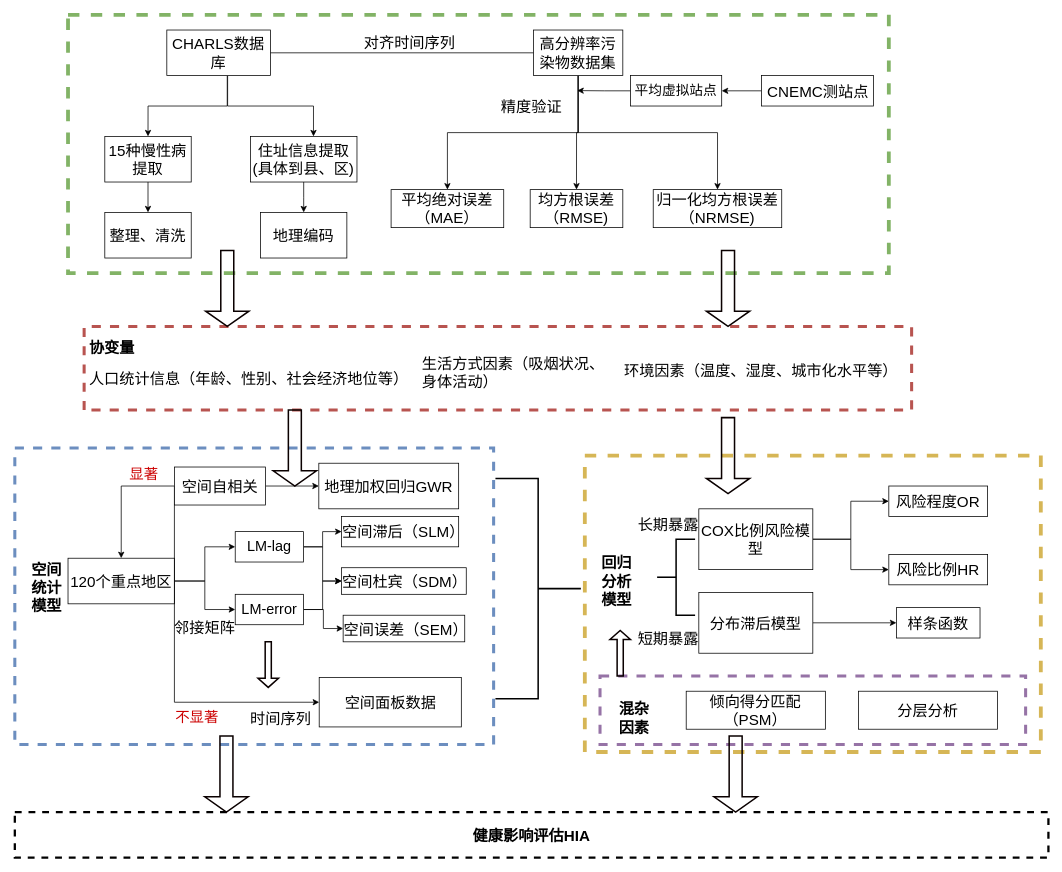
This is page "第 1 页" (1 of 2) of all/技术路线.drawio from 1059363121/iodraw-files, a draw.io file, before an edit. Source tidied: cells renumbered, new cells numbered last; positions are measured from the earlier drawing's top-left corner, leaving out a move shared by most shapes. Both pictures are drawn from the tidied source at 76%, with x=0, y=0 at pixel (14, -46).
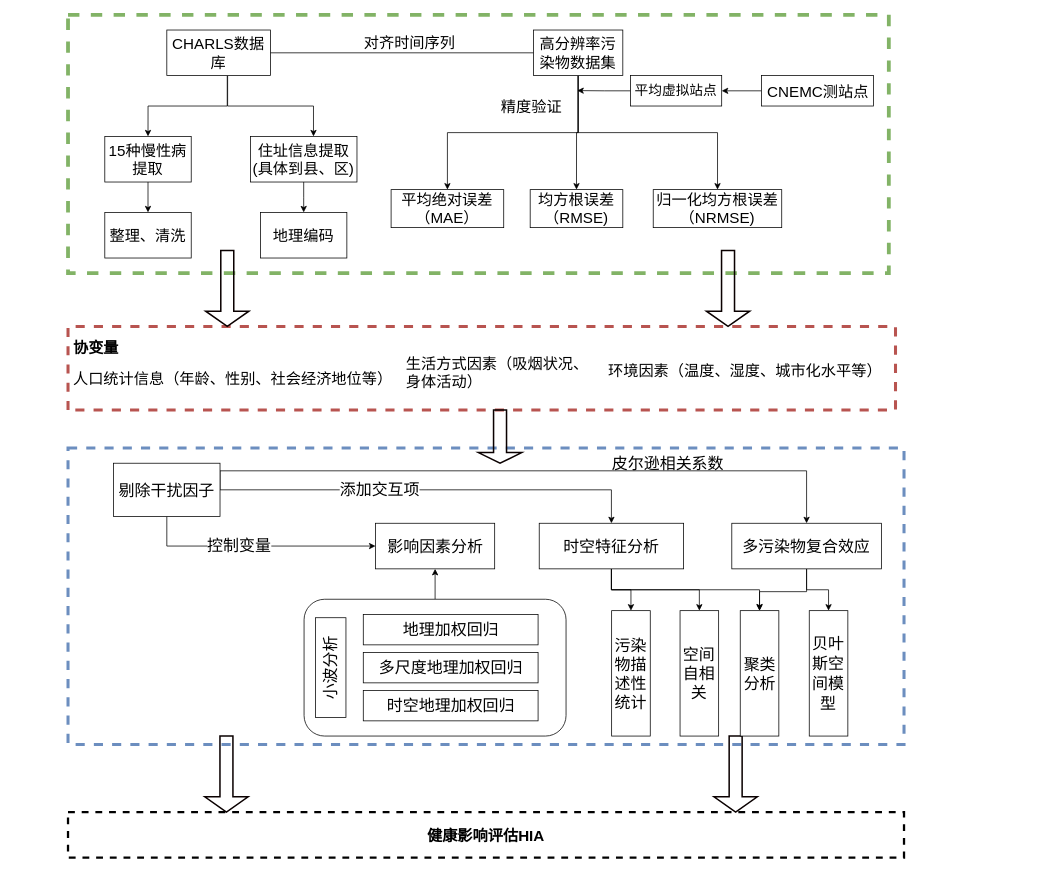
The same page after the edit.

Commit message:
更新技术路线.drawio

The edit, as a diff of the source:
```diff
@@
     <mxCell id="2" style="group;fillColor=none;fontSize=20;" parent="1" vertex="1">
-      <mxGeometry y="649" width="630" height="390" as="geometry" />
+      <mxGeometry x="70" y="649" width="1100" height="390" as="geometry" />
     </mxCell>
-    <mxCell id="3" style="rounded=0;whiteSpace=wrap;dashed=1;fillColor=none;strokeColor=#6c8ebf;fontSize=20;strokeWidth=4;" parent="2" vertex="1">
-      <mxGeometry width="630" height="390" as="geometry" />
+    <mxCell id="3" style="rounded=0;dashed=1;fillColor=none;strokeColor=#6c8ebf;fontSize=21;strokeWidth=4;textShadow=0;labelBorderColor=none;fontColor=default;" parent="2" vertex="1">
+      <mxGeometry width="1100" height="390" as="geometry" />
     </mxCell>
-    <mxCell id="4" value="地理加权回归GWR" style="whiteSpace=wrap;fontSize=20;" parent="2" vertex="1">
-      <mxGeometry x="400" y="20" width="184" height="60" as="geometry" />
-    </mxCell>
-    <mxCell id="5" value="空间误差（SEM）" style="whiteSpace=wrap;strokeColor=default;align=center;verticalAlign=middle;fontFamily=Helvetica;fontSize=20;fontColor=default;fillColor=default;" parent="2" vertex="1">
-      <mxGeometry x="432" y="220" width="160" height="35" as="geometry" />
-    </mxCell>
-    <mxCell id="6" value="空间面板数据" style="whiteSpace=wrap;fontSize=20;" parent="2" vertex="1">
-      <mxGeometry x="400.5" y="302" width="187" height="65" as="geometry" />
-    </mxCell>
-    <mxCell id="7" style="edgeStyle=orthogonalEdgeStyle;rounded=0;jettySize=auto;fontSize=20;" parent="2" edge="1" source="9" target="20">
-      <mxGeometry relative="1" as="geometry" />
-    </mxCell>
-    <mxCell id="8" style="edgeStyle=orthogonalEdgeStyle;rounded=0;jettySize=auto;exitX=1;exitY=0.5;exitDx=0;exitDy=0;entryX=0;entryY=0.5;entryDx=0;entryDy=0;fontSize=20;" parent="2" edge="1" source="9" target="23">
-      <mxGeometry relative="1" as="geometry" />
-    </mxCell>
-    <mxCell id="9" value="120个重点地区" style="whiteSpace=wrap;rounded=0;strokeColor=default;align=center;verticalAlign=middle;fontFamily=Helvetica;fontSize=20;fontColor=default;fillColor=default;" parent="2" vertex="1">
-      <mxGeometry x="70" y="145" width="140" height="60" as="geometry" />
-    </mxCell>
-    <mxCell id="10" value="邻接矩阵" style="text;align=center;verticalAlign=middle;strokeColor=none;fillColor=none;fontSize=20;" parent="2" vertex="1">
-      <mxGeometry x="200" y="215" width="100" height="40" as="geometry" />
-    </mxCell>
-    <mxCell id="11" value="空间滞后（SLM）" style="whiteSpace=wrap;fontSize=20;" parent="2" vertex="1">
-      <mxGeometry x="430" y="90" width="154" height="40" as="geometry" />
-    </mxCell>
-    <mxCell id="12" value="时间序列" style="text;align=center;verticalAlign=middle;strokeColor=none;fillColor=none;fontSize=20;" parent="2" vertex="1">
-      <mxGeometry x="300" y="335" width="100" height="40" as="geometry" />
-    </mxCell>
-    <mxCell id="13" value="空间统计模型" style="text;align=left;verticalAlign=middle;rounded=0;fontSize=20;whiteSpace=wrap;fontStyle=1;" parent="2" vertex="1">
-      <mxGeometry x="20" y="90" width="60" height="185" as="geometry" />
-    </mxCell>
-    <mxCell id="14" style="edgeStyle=orthogonalEdgeStyle;rounded=0;jettySize=auto;html=1;exitX=1;exitY=0.5;exitDx=0;exitDy=0;entryX=0;entryY=0.5;entryDx=0;entryDy=0;" parent="2" edge="1" source="17" target="4">
-      <mxGeometry relative="1" as="geometry" />
-    </mxCell>
-    <mxCell id="15" style="edgeStyle=orthogonalEdgeStyle;rounded=0;jettySize=auto;html=1;exitX=0;exitY=0.5;exitDx=0;exitDy=0;entryX=0.5;entryY=0;entryDx=0;entryDy=0;" parent="2" edge="1" source="17" target="9">
-      <mxGeometry relative="1" as="geometry" />
-    </mxCell>
-    <mxCell id="16" style="edgeStyle=orthogonalEdgeStyle;rounded=0;jettySize=auto;html=1;exitX=0;exitY=0.5;exitDx=0;exitDy=0;entryX=0;entryY=0.5;entryDx=0;entryDy=0;" parent="2" edge="1" source="17" target="6">
-      <mxGeometry relative="1" as="geometry">
-        <Array as="points">
-          <mxPoint x="210" y="335" />
-        </Array>
-      </mxGeometry>
-    </mxCell>
-    <mxCell id="17" value="&lt;font style=&quot;font-size: 20px;&quot;&gt;空间自相关&lt;/font&gt;" style="rounded=0;whiteSpace=wrap;html=1;" parent="2" vertex="1">
-      <mxGeometry x="210" y="25" width="120" height="50" as="geometry" />
-    </mxCell>
-    <mxCell id="18" style="edgeStyle=orthogonalEdgeStyle;rounded=0;jettySize=auto;html=1;exitX=1;exitY=0.5;exitDx=0;exitDy=0;" parent="2" edge="1" source="20" target="11">
-      <mxGeometry relative="1" as="geometry" />
-    </mxCell>
-    <mxCell id="19" style="edgeStyle=orthogonalEdgeStyle;rounded=0;jettySize=auto;html=1;exitX=1;exitY=0.5;exitDx=0;exitDy=0;entryX=0;entryY=0.5;entryDx=0;entryDy=0;" parent="2" edge="1" source="20" target="24">
-      <mxGeometry relative="1" as="geometry" />
-    </mxCell>
-    <mxCell id="20" value="&lt;font style=&quot;font-size: 19px;&quot;&gt;LM-lag&lt;/font&gt;" style="rounded=0;whiteSpace=wrap;html=1;" parent="2" vertex="1">
-      <mxGeometry x="290" y="110" width="90" height="40" as="geometry" />
-    </mxCell>
-    <mxCell id="21" style="edgeStyle=orthogonalEdgeStyle;rounded=0;jettySize=auto;html=1;exitX=1;exitY=0.5;exitDx=0;exitDy=0;" parent="2" edge="1" source="23" target="24">
-      <mxGeometry relative="1" as="geometry" />
-    </mxCell>
-    <mxCell id="22" style="edgeStyle=orthogonalEdgeStyle;rounded=0;jettySize=auto;html=1;exitX=1;exitY=0.5;exitDx=0;exitDy=0;" parent="2" edge="1" source="23" target="5">
-      <mxGeometry relative="1" as="geometry" />
-    </mxCell>
-    <mxCell id="23" value="&lt;font style=&quot;font-size: 19px;&quot;&gt;LM-error&lt;/font&gt;" style="rounded=0;whiteSpace=wrap;html=1;" parent="2" vertex="1">
-      <mxGeometry x="290" y="192.5" width="90" height="40" as="geometry" />
-    </mxCell>
-    <mxCell id="24" value="空间杜宾（SDM）" style="whiteSpace=wrap;fontSize=20;" parent="2" vertex="1">
-      <mxGeometry x="430" y="157.5" width="164" height="35" as="geometry" />
-    </mxCell>
-    <mxCell id="25" style="shape=singleArrow;direction=south;whiteSpace=wrap;fillColor=none;strokeColor=#0A0000;fontSize=20;rotation=0;strokeWidth=2;align=center;verticalAlign=middle;fontFamily=Helvetica;fontColor=default;" parent="2" vertex="1">
-      <mxGeometry x="320" y="255" width="26.9" height="60" as="geometry" />
-    </mxCell>
-    <mxCell id="26" value="&lt;font color=&quot;#cc0000&quot; style=&quot;font-size: 19px;&quot;&gt;显著&lt;/font&gt;" style="text;html=1;align=center;verticalAlign=middle;whiteSpace=wrap;rounded=0;" parent="2" vertex="1">
-      <mxGeometry x="140" y="20" width="60" height="30" as="geometry" />
-    </mxCell>
-    <mxCell id="27" value="&lt;font color=&quot;#cc0000&quot; style=&quot;font-size: 19px;&quot;&gt;不显著&lt;/font&gt;" style="text;html=1;align=center;verticalAlign=middle;whiteSpace=wrap;rounded=0;" parent="2" vertex="1">
-      <mxGeometry x="210" y="340" width="60" height="30" as="geometry" />
-    </mxCell>
     <mxCell id="28" style="group;dashed=1;fontSize=20;" parent="1" vertex="1">
-      <mxGeometry x="91.2" y="489" width="1090" height="110" as="geometry" />
+      <mxGeometry x="70" y="489" width="1090" height="110" as="geometry" />
     </mxCell>
@@
     <mxCell id="34" value="健康影响评估HIA" style="rounded=0;whiteSpace=wrap;fillColor=none;dashed=1;strokeWidth=3;fontSize=20;fontStyle=1;" parent="1" vertex="1">
-      <mxGeometry y="1128" width="1360" height="60" as="geometry" />
+      <mxGeometry x="70" y="1128" width="1100" height="60" as="geometry" />
     </mxCell>
-    <mxCell id="35" style="rounded=0;whiteSpace=wrap;fillColor=none;strokeColor=#d6b656;fontSize=20;strokeWidth=5;dashed=1;" parent="1" vertex="1">
-      <mxGeometry x="750" y="659" width="600" height="390" as="geometry" />
-    </mxCell>
-    <mxCell id="36" style="edgeStyle=orthogonalEdgeStyle;rounded=0;jettySize=auto;exitX=1;exitY=0.5;exitDx=0;exitDy=0;entryX=0;entryY=0.5;entryDx=0;entryDy=0;fontSize=20;" parent="1" edge="1" source="38" target="45">
-      <mxGeometry relative="1" as="geometry" />
-    </mxCell>
-    <mxCell id="37" style="edgeStyle=orthogonalEdgeStyle;rounded=0;jettySize=auto;exitX=1;exitY=0.5;exitDx=0;exitDy=0;fontSize=20;" parent="1" edge="1" source="38" target="47">
-      <mxGeometry relative="1" as="geometry" />
-    </mxCell>
-    <mxCell id="38" value="COX比例风险模型" style="whiteSpace=wrap;fontSize=20;" parent="1" vertex="1">
-      <mxGeometry x="900" y="729" width="150" height="80" as="geometry" />
-    </mxCell>
-    <mxCell id="39" style="edgeStyle=orthogonalEdgeStyle;rounded=0;jettySize=auto;exitX=1;exitY=0.5;exitDx=0;exitDy=0;entryX=0;entryY=0.5;entryDx=0;entryDy=0;fontSize=20;" parent="1" edge="1" source="40" target="46">
-      <mxGeometry relative="1" as="geometry" />
-    </mxCell>
-    <mxCell id="40" value="分布滞后模型" style="whiteSpace=wrap;fontSize=20;" parent="1" vertex="1">
-      <mxGeometry x="900" y="839" width="150" height="80" as="geometry" />
-    </mxCell>
-    <mxCell id="41" value="长期暴露" style="text;align=center;verticalAlign=middle;strokeColor=none;fillColor=none;fontSize=20;" parent="1" vertex="1">
-      <mxGeometry x="810" y="729" width="100" height="40" as="geometry" />
-    </mxCell>
-    <mxCell id="42" value="短期暴露" style="text;align=center;verticalAlign=middle;strokeColor=none;fillColor=none;fontSize=20;" parent="1" vertex="1">
-      <mxGeometry x="810" y="879" width="100" height="40" as="geometry" />
-    </mxCell>
-    <mxCell id="43" value="回归分析模型" style="text;align=left;verticalAlign=middle;whiteSpace=wrap;rounded=0;fontSize=20;fontStyle=1;" parent="1" vertex="1">
-      <mxGeometry x="770" y="639" width="60" height="370" as="geometry" />
-    </mxCell>
-    <mxCell id="44" style="strokeWidth=2;shape=mxgraph.flowchart.annotation_2;align=left;labelPosition=right;fontSize=20;" parent="1" vertex="1">
-      <mxGeometry x="845.1" y="769" width="50" height="100" as="geometry" />
-    </mxCell>
-    <mxCell id="45" value="风险程度OR" style="rounded=0;whiteSpace=wrap;fontSize=20;" parent="1" vertex="1">
-      <mxGeometry x="1150" y="699" width="130" height="40" as="geometry" />
-    </mxCell>
-    <mxCell id="46" value="样条函数" style="rounded=0;whiteSpace=wrap;fontSize=20;" parent="1" vertex="1">
-      <mxGeometry x="1160" y="859" width="110" height="40" as="geometry" />
-    </mxCell>
-    <mxCell id="47" value="风险比例HR" style="rounded=0;whiteSpace=wrap;fontSize=20;" parent="1" vertex="1">
-      <mxGeometry x="1150" y="789" width="130" height="40" as="geometry" />
-    </mxCell>
-    <mxCell id="48" style="rounded=0;whiteSpace=wrap;fillColor=none;dashed=1;strokeWidth=4;strokeColor=#9673a6;fontSize=20;" parent="1" vertex="1">
-      <mxGeometry x="770" y="949" width="560" height="90" as="geometry" />
-    </mxCell>
-    <mxCell id="49" value="倾向得分匹配（PSM）" style="whiteSpace=wrap;fontSize=20;" parent="1" vertex="1">
-      <mxGeometry x="883.4" y="969" width="183.1" height="50" as="geometry" />
-    </mxCell>
-    <mxCell id="50" value="分层分析" style="whiteSpace=wrap;fontSize=20;" parent="1" vertex="1">
-      <mxGeometry x="1110" y="969" width="183.1" height="50" as="geometry" />
-    </mxCell>
-    <mxCell id="51" value="混杂因素" style="text;align=center;verticalAlign=middle;whiteSpace=wrap;rounded=0;fontSize=20;fontStyle=1;" parent="1" vertex="1">
-      <mxGeometry x="790" y="989" width="50" height="30" as="geometry" />
-    </mxCell>
-    <mxCell id="52" style="shape=singleArrow;direction=south;whiteSpace=wrap;fillColor=none;strokeColor=#0A0000;fontSize=20;rotation=-180;strokeWidth=2;align=center;verticalAlign=middle;fontFamily=Helvetica;fontColor=default;" parent="1" vertex="1">
-      <mxGeometry x="783.1" y="889" width="26.9" height="60" as="geometry" />
-    </mxCell>
-    <mxCell id="53" style="shape=singleArrow;direction=south;whiteSpace=wrap;fillColor=none;strokeColor=#0A0000;fontSize=20;strokeWidth=2;align=center;verticalAlign=middle;fontFamily=Helvetica;fontColor=default;" parent="1" vertex="1">
-      <mxGeometry x="910" y="609" width="56.9" height="100" as="geometry" />
-    </mxCell>
-    <mxCell id="54" style="shape=singleArrow;direction=south;whiteSpace=wrap;fillColor=none;strokeColor=#0A0000;fontSize=20;strokeWidth=2;align=center;verticalAlign=middle;fontFamily=Helvetica;fontColor=default;" parent="1" vertex="1">
+    <mxCell id="54" style="shape=singleArrow;direction=south;whiteSpace=wrap;fillColor=none;strokeColor=#0A0000;fontSize=21;strokeWidth=2;align=center;verticalAlign=middle;fontFamily=Helvetica;fontColor=default;html=1;" parent="1" vertex="1">
       <mxGeometry x="920" y="1028" width="56.9" height="100" as="geometry" />
     </mxCell>
-    <mxCell id="55" style="shape=singleArrow;direction=south;whiteSpace=wrap;fillColor=none;strokeColor=#0A0000;fontSize=20;strokeWidth=2;align=center;verticalAlign=middle;fontFamily=Helvetica;fontColor=default;" parent="1" vertex="1">
+    <mxCell id="55" style="shape=singleArrow;direction=south;whiteSpace=wrap;fillColor=none;strokeColor=#0A0000;fontSize=21;strokeWidth=2;align=center;verticalAlign=middle;fontFamily=Helvetica;fontColor=default;html=1;" parent="1" vertex="1">
       <mxGeometry x="250" y="1028" width="56.9" height="100" as="geometry" />
     </mxCell>
@@
-    <mxCell id="80" style="edgeStyle=orthogonalEdgeStyle;rounded=0;orthogonalLoop=1;jettySize=auto;exitX=0.5;exitY=1;exitDx=0;exitDy=0;" parent="1" edge="1" source="47" target="47">
-      <mxGeometry relative="1" as="geometry" />
-    </mxCell>
@@
-    <mxCell id="83" style="shape=singleArrow;direction=south;whiteSpace=wrap;fillColor=none;strokeColor=#0A0000;fontSize=20;strokeWidth=2;" parent="1" vertex="1">
-      <mxGeometry x="340" y="599" width="56.9" height="100" as="geometry" />
+    <mxCell id="83" style="shape=singleArrow;direction=south;whiteSpace=wrap;fillColor=none;strokeColor=#0A0000;fontSize=21;strokeWidth=2;fontStyle=0;html=1;" parent="1" vertex="1">
+      <mxGeometry x="610" y="599" width="56.9" height="70" as="geometry" />
     </mxCell>
-    <mxCell id="84" style="strokeWidth=2;shape=mxgraph.flowchart.annotation_2;align=left;labelPosition=right;fontSize=20;rotation=-180;" parent="1" vertex="1">
-      <mxGeometry x="632.4" y="689" width="112.4" height="290" as="geometry" />
-    </mxCell>
+    <mxCell id="85" value="&lt;font style=&quot;font-size: 21px;&quot;&gt;影响因素分析&lt;/font&gt;" style="rounded=0;html=1;fontStyle=0;fontSize=21;whiteSpace=wrap;textShadow=0;labelBorderColor=none;fontColor=default;" parent="1" vertex="1">
+      <mxGeometry x="474.6" y="748" width="156.8" height="60" as="geometry" />
+    </mxCell>
+    <mxCell id="86" style="edgeStyle=orthogonalEdgeStyle;rounded=0;jettySize=auto;html=1;exitX=0.5;exitY=1;exitDx=0;exitDy=0;fontStyle=0;fontSize=21;textShadow=0;labelBorderColor=none;fontColor=default;" parent="1" edge="1" source="89" target="17">
+      <mxGeometry relative="1" as="geometry" />
+    </mxCell>
+    <mxCell id="87" style="edgeStyle=orthogonalEdgeStyle;rounded=0;jettySize=auto;html=1;entryX=0.5;entryY=0;entryDx=0;entryDy=0;fontStyle=0;fontSize=21;textShadow=0;labelBorderColor=none;fontColor=default;" parent="1" edge="1" source="89" target="99">
+      <mxGeometry relative="1" as="geometry" />
+    </mxCell>
+    <mxCell id="88" style="edgeStyle=orthogonalEdgeStyle;rounded=0;jettySize=auto;html=1;entryX=0.5;entryY=0;entryDx=0;entryDy=0;exitX=0.5;exitY=1;exitDx=0;exitDy=0;fontStyle=0;fontSize=21;textShadow=0;labelBorderColor=none;fontColor=default;" parent="1" edge="1" source="89" target="100">
+      <mxGeometry relative="1" as="geometry" />
+    </mxCell>
+    <mxCell id="89" value="&lt;font style=&quot;font-size: 21px;&quot;&gt;时空特征分析&lt;/font&gt;" style="rounded=0;html=1;fontStyle=0;fontSize=21;whiteSpace=wrap;textShadow=0;labelBorderColor=none;fontColor=default;" parent="1" vertex="1">
+      <mxGeometry x="690" y="748" width="190" height="60" as="geometry" />
+    </mxCell>
+    <mxCell id="90" style="edgeStyle=orthogonalEdgeStyle;rounded=0;jettySize=auto;html=1;exitX=0.5;exitY=1;exitDx=0;exitDy=0;entryX=0.5;entryY=0;entryDx=0;entryDy=0;fontStyle=0;fontSize=21;textShadow=0;labelBorderColor=none;fontColor=default;" parent="1" edge="1" source="92" target="101">
+      <mxGeometry relative="1" as="geometry" />
+    </mxCell>
+    <mxCell id="91" style="edgeStyle=orthogonalEdgeStyle;rounded=0;jettySize=auto;html=1;entryX=0.5;entryY=0;entryDx=0;entryDy=0;exitX=0.5;exitY=1;exitDx=0;exitDy=0;fontStyle=0;fontSize=21;textShadow=0;labelBorderColor=none;fontColor=default;" parent="1" edge="1" source="92" target="100">
+      <mxGeometry relative="1" as="geometry">
+        <Array as="points">
+          <mxPoint x="1042.3" y="838" />
+          <mxPoint x="980.3" y="838" />
+        </Array>
+      </mxGeometry>
+    </mxCell>
+    <mxCell id="92" value="&lt;span style=&quot;font-size: 21px;&quot;&gt;多污染物复合效应&lt;/span&gt;" style="rounded=0;html=1;fontStyle=0;fontSize=21;whiteSpace=wrap;textShadow=0;labelBorderColor=none;fontColor=default;" parent="1" vertex="1">
+      <mxGeometry x="943.4" y="748" width="196.8" height="60" as="geometry" />
+    </mxCell>
+    <mxCell id="93" style="edgeStyle=orthogonalEdgeStyle;rounded=0;jettySize=auto;html=1;fontStyle=0;fontSize=21;textShadow=0;labelBorderColor=none;fontColor=default;" parent="1" edge="1" source="94" target="85">
+      <mxGeometry relative="1" as="geometry" />
+    </mxCell>
+    <mxCell id="94" style="rounded=1;html=1;fontStyle=0;fontSize=21;whiteSpace=wrap;textShadow=0;labelBorderColor=none;fontColor=default;" parent="1" vertex="1">
+      <mxGeometry x="380.6" y="848" width="344.7" height="180" as="geometry" />
+    </mxCell>
+    <mxCell id="95" value="&lt;font style=&quot;font-size: 21px;&quot;&gt;地理加权回归&lt;/font&gt;" style="rounded=0;html=1;fontStyle=0;fontSize=21;whiteSpace=wrap;textShadow=0;labelBorderColor=none;fontColor=default;" parent="1" vertex="1">
+      <mxGeometry x="458.5" y="868" width="230" height="40" as="geometry" />
+    </mxCell>
+    <mxCell id="96" value="&lt;p class=&quot;MsoNormal&quot; style=&quot;font-size: 21px;&quot;&gt;&lt;span style=&quot;font-family: 宋体; font-size: 21px;&quot;&gt;&lt;font style=&quot;font-size: 21px;&quot;&gt;多尺度地理加权回归&lt;/font&gt;&lt;/span&gt;&lt;/p&gt;" style="rounded=0;html=1;fontStyle=0;fontSize=21;whiteSpace=wrap;textShadow=0;labelBorderColor=none;fontColor=default;" parent="1" vertex="1">
+      <mxGeometry x="458.5" y="918" width="230" height="40" as="geometry" />
+    </mxCell>
+    <mxCell id="97" value="&lt;p class=&quot;MsoNormal&quot; style=&quot;font-size: 21px;&quot;&gt;&lt;span style=&quot;font-family: 宋体; font-size: 21px;&quot;&gt;&lt;font style=&quot;font-size: 21px;&quot;&gt;时空地理加权回归&lt;/font&gt;&lt;/span&gt;&lt;/p&gt;" style="rounded=0;html=1;fontStyle=0;fontSize=21;whiteSpace=wrap;textShadow=0;labelBorderColor=none;fontColor=default;" parent="1" vertex="1">
+      <mxGeometry x="458.5" y="968" width="230" height="40" as="geometry" />
+    </mxCell>
+    <mxCell id="98" value="&lt;p class=&quot;MsoNormal&quot; style=&quot;font-size: 21px;&quot;&gt;&lt;span style=&quot;font-family: 宋体; font-size: 21px;&quot;&gt;&lt;font style=&quot;font-size: 21px;&quot;&gt;小波分析&lt;/font&gt;&lt;/span&gt;&lt;/p&gt;" style="rounded=0;html=1;rotation=-90;fontStyle=0;fontSize=21;whiteSpace=wrap;textShadow=0;labelBorderColor=none;fontColor=default;" parent="1" vertex="1">
+      <mxGeometry x="350" y="918" width="131.4" height="40" as="geometry" />
+    </mxCell>
+    <mxCell id="99" value="&lt;font style=&quot;font-size: 21px;&quot;&gt;污染物描述性统计&lt;/font&gt;" style="rounded=0;html=1;fontStyle=0;fontSize=21;whiteSpace=wrap;textShadow=0;labelBorderColor=none;fontColor=default;" parent="1" vertex="1">
+      <mxGeometry x="785.3" y="863" width="50.8" height="165" as="geometry" />
+    </mxCell>
+    <mxCell id="17" value="&lt;font style=&quot;font-size: 21px;&quot;&gt;空间自相关&lt;/font&gt;" style="rounded=0;html=1;fontStyle=0;fontSize=21;whiteSpace=wrap;textShadow=0;labelBorderColor=none;fontColor=default;" parent="1" vertex="1">
+      <mxGeometry x="875.3" y="863" width="50.8" height="165" as="geometry" />
+    </mxCell>
+    <mxCell id="100" value="&lt;font style=&quot;font-size: 21px;&quot;&gt;聚类分析&lt;/font&gt;" style="rounded=0;html=1;fontStyle=0;fontSize=21;whiteSpace=wrap;textShadow=0;labelBorderColor=none;fontColor=default;" parent="1" vertex="1">
+      <mxGeometry x="954.5" y="863" width="50.8" height="165" as="geometry" />
+    </mxCell>
+    <mxCell id="101" value="&lt;p class=&quot;MsoNormal&quot; style=&quot;font-size: 21px;&quot;&gt;&lt;span style=&quot;font-family: &amp;quot;Times New Roman&amp;quot;; font-size: 21px;&quot;&gt;&lt;font face=&quot;宋体&quot; style=&quot;font-size: 21px;&quot;&gt;贝叶斯空间模型&lt;/font&gt;&lt;/span&gt;&lt;/p&gt;" style="rounded=0;html=1;fontStyle=0;fontSize=21;whiteSpace=wrap;textShadow=0;labelBorderColor=none;fontColor=default;" parent="1" vertex="1">
+      <mxGeometry x="1045.3" y="863" width="50.8" height="165" as="geometry" />
+    </mxCell>
+    <mxCell id="102" style="edgeStyle=orthogonalEdgeStyle;rounded=0;jettySize=auto;html=1;entryX=0.5;entryY=0;entryDx=0;entryDy=0;fontStyle=0;fontSize=21;textShadow=0;labelBorderColor=none;fontColor=default;exitX=1;exitY=0.5;exitDx=0;exitDy=0;" parent="1" edge="1" source="108" target="92">
+      <mxGeometry relative="1" as="geometry">
+        <Array as="points">
+          <mxPoint x="270" y="679" />
+          <mxPoint x="1042" y="679" />
+        </Array>
+      </mxGeometry>
+    </mxCell>
+    <mxCell id="103" value="&lt;p style=&quot;font-size: 21px;&quot; class=&quot;MsoNormal&quot;&gt;&lt;span style=&quot;font-family: &amp;quot;Times New Roman&amp;quot;; font-size: 21px;&quot;&gt;&lt;font style=&quot;font-size: 21px;&quot; face=&quot;宋体&quot;&gt;皮尔逊相关系数&lt;/font&gt;&lt;/span&gt;&lt;/p&gt;" style="edgeLabel;html=1;align=center;verticalAlign=middle;fontStyle=0;fontSize=21;textShadow=0;labelBorderColor=none;fontColor=default;labelBackgroundColor=none;" parent="102" vertex="1">
+      <mxGeometry x="-0.27" relative="1" as="geometry">
+        <mxPoint x="297" y="-10" as="offset" />
+      </mxGeometry>
+    </mxCell>
+    <mxCell id="104" style="edgeStyle=orthogonalEdgeStyle;rounded=0;jettySize=auto;html=1;exitX=0.5;exitY=1;exitDx=0;exitDy=0;entryX=0;entryY=0.5;entryDx=0;entryDy=0;fontStyle=0;fontSize=21;textShadow=0;labelBorderColor=none;fontColor=default;" parent="1" edge="1" source="108" target="85">
+      <mxGeometry relative="1" as="geometry" />
+    </mxCell>
+    <mxCell id="105" value="&lt;p class=&quot;MsoNormal&quot; style=&quot;font-size: 21px;&quot;&gt;&lt;span style=&quot;font-family: &amp;quot;Times New Roman&amp;quot;; font-size: 21px;&quot;&gt;&lt;font face=&quot;宋体&quot; style=&quot;font-size: 21px;&quot;&gt;控制变量&lt;/font&gt;&lt;/span&gt;&lt;/p&gt;" style="edgeLabel;html=1;align=center;verticalAlign=middle;fontStyle=0;fontSize=21;textShadow=0;labelBorderColor=none;fontColor=default;" parent="104" vertex="1">
+      <mxGeometry x="-0.15" y="1" relative="1" as="geometry" />
+    </mxCell>
+    <mxCell id="106" style="edgeStyle=orthogonalEdgeStyle;rounded=0;jettySize=auto;html=1;exitX=1;exitY=0.5;exitDx=0;exitDy=0;entryX=0.5;entryY=0;entryDx=0;entryDy=0;fontStyle=0;fontSize=21;textShadow=0;labelBorderColor=none;fontColor=default;" parent="1" edge="1" source="108" target="89">
+      <mxGeometry relative="1" as="geometry" />
+    </mxCell>
+    <mxCell id="107" value="&lt;font style=&quot;font-size: 21px;&quot;&gt;添加交互项&lt;/font&gt;" style="edgeLabel;html=1;align=center;verticalAlign=middle;fontStyle=0;fontSize=21;textShadow=0;labelBorderColor=none;fontColor=default;" parent="106" vertex="1">
+      <mxGeometry x="-0.25" y="2" relative="1" as="geometry">
+        <mxPoint x="-1" as="offset" />
+      </mxGeometry>
+    </mxCell>
+    <mxCell id="108" value="&lt;font style=&quot;font-size: 21px;&quot;&gt;剔除干扰因子&lt;/font&gt;" style="rounded=0;html=1;fontStyle=0;fontSize=21;whiteSpace=wrap;textShadow=0;labelBorderColor=none;fontColor=default;" parent="1" vertex="1">
+      <mxGeometry x="130" y="669" width="140" height="70" as="geometry" />
+    </mxCell>
```
